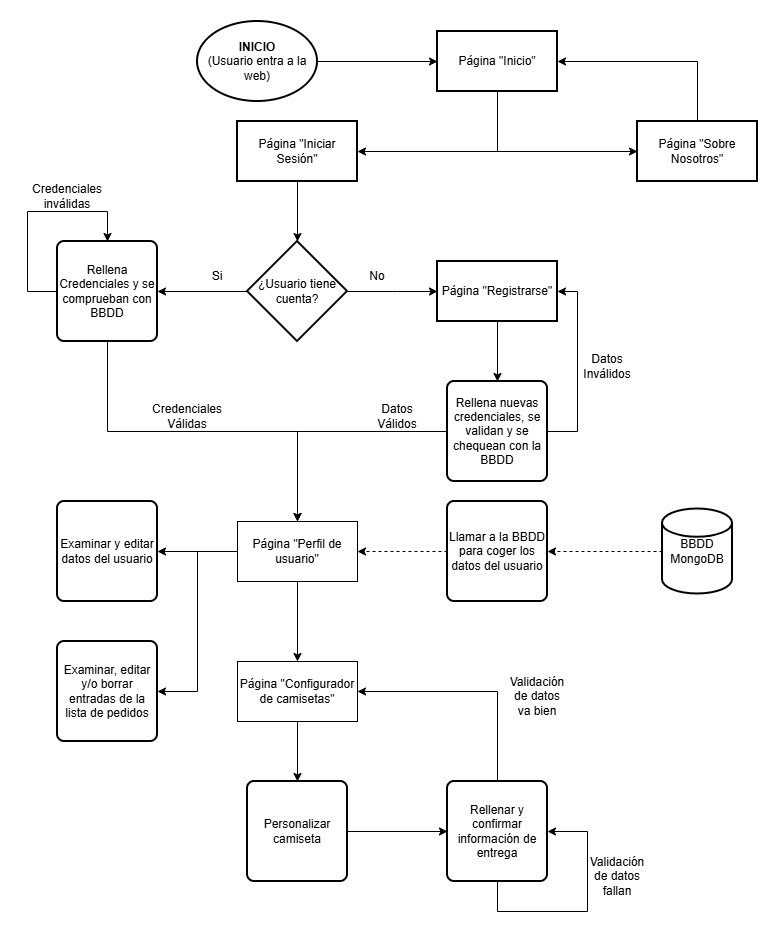
This is Docs a Entregar/docs_imgs/flujo.drawio.png from iru-borreda-bin/proyecto-daw-2025-2026, a draw.io export, as it was before one commit. Source tidied: cells renumbered, new cells last; positions are measured from the earlier drawing's top-left corner, leaving out a move shared by most shapes. Source of this version:
```xml
<mxGraphModel>
  <root>
    <mxCell id="0" />
    <mxCell id="1" parent="0" />
    <mxCell id="2" style="edgeStyle=orthogonalEdgeStyle;rounded=0;jettySize=auto;html=1;" parent="1" edge="1" source="3" target="6">
      <mxGeometry relative="1" as="geometry" />
    </mxCell>
    <mxCell id="3" value="&lt;b&gt;INICIO&lt;/b&gt;&lt;div&gt;(Usuario entra a la web)&lt;/div&gt;" style="strokeWidth=2;html=1;shape=mxgraph.flowchart.start_1;whiteSpace=wrap;" parent="1" vertex="1">
      <mxGeometry x="170" width="120" height="80" as="geometry" />
    </mxCell>
    <mxCell id="4" style="edgeStyle=orthogonalEdgeStyle;rounded=0;jettySize=auto;html=1;entryX=0;entryY=0.5;entryDx=0;entryDy=0;exitX=0.5;exitY=1;exitDx=0;exitDy=0;" parent="1" edge="1" source="6" target="8">
      <mxGeometry relative="1" as="geometry" />
    </mxCell>
    <mxCell id="5" style="edgeStyle=orthogonalEdgeStyle;rounded=0;jettySize=auto;html=1;entryX=1;entryY=0.5;entryDx=0;entryDy=0;exitX=0.5;exitY=1;exitDx=0;exitDy=0;" parent="1" edge="1" source="6" target="9">
      <mxGeometry relative="1" as="geometry" />
    </mxCell>
    <mxCell id="6" value="Página &quot;Inicio&quot;" style="whiteSpace=wrap;html=1;strokeWidth=2;" parent="1" vertex="1">
      <mxGeometry x="410" y="10" width="120" height="60" as="geometry" />
    </mxCell>
    <mxCell id="7" style="edgeStyle=orthogonalEdgeStyle;rounded=0;jettySize=auto;html=1;entryX=1;entryY=0.5;entryDx=0;entryDy=0;exitX=0.5;exitY=0;exitDx=0;exitDy=0;" parent="1" edge="1" source="8" target="6">
      <mxGeometry relative="1" as="geometry" />
    </mxCell>
    <mxCell id="8" value="Página &quot;Sobre Nosotros&quot;" style="whiteSpace=wrap;html=1;strokeWidth=2;" parent="1" vertex="1">
      <mxGeometry x="610" y="100" width="120" height="60" as="geometry" />
    </mxCell>
    <mxCell id="9" value="Página &quot;Iniciar Sesión&quot;" style="whiteSpace=wrap;html=1;strokeWidth=2;" parent="1" vertex="1">
      <mxGeometry x="210" y="100" width="120" height="60" as="geometry" />
    </mxCell>
    <mxCell id="10" style="edgeStyle=orthogonalEdgeStyle;rounded=0;jettySize=auto;html=1;entryX=0;entryY=0.5;entryDx=0;entryDy=0;" parent="1" edge="1" source="12" target="15">
      <mxGeometry relative="1" as="geometry">
        <Array as="points">
          <mxPoint x="370" y="270" />
        </Array>
      </mxGeometry>
    </mxCell>
    <mxCell id="11" style="edgeStyle=orthogonalEdgeStyle;rounded=0;jettySize=auto;html=1;entryX=1;entryY=0.5;entryDx=0;entryDy=0;" parent="1" edge="1" source="12" target="18">
      <mxGeometry relative="1" as="geometry" />
    </mxCell>
    <mxCell id="12" value="¿Usuario tiene cuenta?" style="strokeWidth=2;html=1;shape=mxgraph.flowchart.decision;whiteSpace=wrap;" parent="1" vertex="1">
      <mxGeometry x="220" y="220" width="100" height="100" as="geometry" />
    </mxCell>
    <mxCell id="13" style="edgeStyle=orthogonalEdgeStyle;rounded=0;jettySize=auto;html=1;entryX=0.5;entryY=0;entryDx=0;entryDy=0;entryPerimeter=0;" parent="1" edge="1" source="9" target="12">
      <mxGeometry relative="1" as="geometry" />
    </mxCell>
    <mxCell id="14" style="edgeStyle=orthogonalEdgeStyle;rounded=0;jettySize=auto;html=1;entryX=0.5;entryY=0;entryDx=0;entryDy=0;" parent="1" edge="1" source="15" target="22">
      <mxGeometry relative="1" as="geometry" />
    </mxCell>
    <mxCell id="15" value="Página &quot;Registrarse&quot;" style="whiteSpace=wrap;html=1;strokeWidth=2;" parent="1" vertex="1">
      <mxGeometry x="410" y="240" width="120" height="60" as="geometry" />
    </mxCell>
    <mxCell id="16" value="No" style="text;html=1;whiteSpace=wrap;strokeColor=none;fillColor=none;align=center;verticalAlign=middle;rounded=0;" parent="1" vertex="1">
      <mxGeometry x="320" y="240" width="60" height="30" as="geometry" />
    </mxCell>
    <mxCell id="17" style="edgeStyle=orthogonalEdgeStyle;rounded=0;jettySize=auto;html=1;entryX=0.5;entryY=0;entryDx=0;entryDy=0;" parent="1" edge="1" source="18" target="29">
      <mxGeometry relative="1" as="geometry">
        <Array as="points">
          <mxPoint x="80" y="410" />
          <mxPoint x="270" y="410" />
        </Array>
      </mxGeometry>
    </mxCell>
    <mxCell id="18" value="Rellena Credenciales y se comprueban con BBDD" style="rounded=1;whiteSpace=wrap;html=1;absoluteArcSize=1;arcSize=14;strokeWidth=2;" parent="1" vertex="1">
      <mxGeometry x="30" y="220" width="100" height="100" as="geometry" />
    </mxCell>
    <mxCell id="19" value="Si" style="text;html=1;whiteSpace=wrap;strokeColor=none;fillColor=none;align=center;verticalAlign=middle;rounded=0;" parent="1" vertex="1">
      <mxGeometry x="160" y="240" width="60" height="30" as="geometry" />
    </mxCell>
    <mxCell id="20" style="edgeStyle=orthogonalEdgeStyle;rounded=0;jettySize=auto;html=1;entryX=1;entryY=0.5;entryDx=0;entryDy=0;" parent="1" edge="1" source="22" target="15">
      <mxGeometry relative="1" as="geometry">
        <Array as="points">
          <mxPoint x="550" y="410" />
          <mxPoint x="550" y="270" />
        </Array>
      </mxGeometry>
    </mxCell>
    <mxCell id="21" style="edgeStyle=orthogonalEdgeStyle;rounded=0;jettySize=auto;html=1;entryX=0.5;entryY=0;entryDx=0;entryDy=0;" parent="1" edge="1" source="22" target="29">
      <mxGeometry relative="1" as="geometry" />
    </mxCell>
    <mxCell id="22" value="Rellena nuevas credenciales, se validan y se chequean con la BBDD" style="rounded=1;whiteSpace=wrap;html=1;absoluteArcSize=1;arcSize=14;strokeWidth=2;" parent="1" vertex="1">
      <mxGeometry x="420" y="360" width="100" height="100" as="geometry" />
    </mxCell>
    <mxCell id="23" value="Datos Inválidos" style="text;html=1;whiteSpace=wrap;strokeColor=none;fillColor=none;align=center;verticalAlign=middle;rounded=0;" parent="1" vertex="1">
      <mxGeometry x="550" y="330" width="60" height="30" as="geometry" />
    </mxCell>
    <mxCell id="24" style="endArrow=classic;html=1;rounded=0;exitX=0;exitY=0.5;exitDx=0;exitDy=0;entryX=0.5;entryY=0;entryDx=0;entryDy=0;edgeStyle=orthogonalEdgeStyle;" parent="1" edge="1" source="18" target="18">
      <mxGeometry relative="1" as="geometry">
        <Array as="points">
          <mxPoint y="270" />
          <mxPoint y="190" />
          <mxPoint x="80" y="190" />
        </Array>
      </mxGeometry>
    </mxCell>
    <mxCell id="25" value="Credenciales inválidas" style="text;html=1;whiteSpace=wrap;strokeColor=none;fillColor=none;align=center;verticalAlign=middle;rounded=0;" parent="1" vertex="1">
      <mxGeometry x="10" y="160" width="60" height="30" as="geometry" />
    </mxCell>
    <mxCell id="26" style="edgeStyle=orthogonalEdgeStyle;rounded=0;jettySize=auto;html=1;" parent="1" edge="1" source="29">
      <mxGeometry relative="1" as="geometry">
        <mxPoint x="130" y="530" as="targetPoint" />
      </mxGeometry>
    </mxCell>
    <mxCell id="27" style="edgeStyle=orthogonalEdgeStyle;rounded=0;jettySize=auto;html=1;entryX=1;entryY=0.5;entryDx=0;entryDy=0;" parent="1" edge="1" source="29" target="36">
      <mxGeometry relative="1" as="geometry" />
    </mxCell>
    <mxCell id="28" style="edgeStyle=orthogonalEdgeStyle;rounded=0;jettySize=auto;html=1;" parent="1" edge="1" source="29" target="39">
      <mxGeometry relative="1" as="geometry" />
    </mxCell>
    <mxCell id="29" value="Página &quot;Perfil de usuario&quot;" style="rounded=0;whiteSpace=wrap;html=1;" parent="1" vertex="1">
      <mxGeometry x="210" y="500" width="120" height="60" as="geometry" />
    </mxCell>
    <mxCell id="30" value="Datos Válidos" style="text;html=1;whiteSpace=wrap;strokeColor=none;fillColor=none;align=center;verticalAlign=middle;rounded=0;" parent="1" vertex="1">
      <mxGeometry x="340" y="380" width="60" height="30" as="geometry" />
    </mxCell>
    <mxCell id="31" value="Credenciales Válidas" style="text;html=1;whiteSpace=wrap;strokeColor=none;fillColor=none;align=center;verticalAlign=middle;rounded=0;" parent="1" vertex="1">
      <mxGeometry x="130" y="380" width="60" height="30" as="geometry" />
    </mxCell>
    <mxCell id="32" style="edgeStyle=orthogonalEdgeStyle;rounded=0;jettySize=auto;html=1;entryX=1;entryY=0.5;entryDx=0;entryDy=0;dashed=1;" parent="1" edge="1" source="33" target="35">
      <mxGeometry relative="1" as="geometry" />
    </mxCell>
    <mxCell id="33" value="BBDD MongoDB" style="strokeWidth=2;html=1;shape=mxgraph.flowchart.database;whiteSpace=wrap;" parent="1" vertex="1">
      <mxGeometry x="635" y="487.5" width="70" height="85" as="geometry" />
    </mxCell>
    <mxCell id="34" style="edgeStyle=orthogonalEdgeStyle;rounded=0;jettySize=auto;html=1;entryX=1;entryY=0.5;entryDx=0;entryDy=0;dashed=1;" parent="1" edge="1" source="35" target="29">
      <mxGeometry relative="1" as="geometry" />
    </mxCell>
    <mxCell id="35" value="Llamar a la BBDD para coger los datos del usuario" style="rounded=1;whiteSpace=wrap;html=1;absoluteArcSize=1;arcSize=14;strokeWidth=2;" parent="1" vertex="1">
      <mxGeometry x="420" y="480" width="100" height="100" as="geometry" />
    </mxCell>
    <mxCell id="36" value="Examinar, editar y/o borrar entradas de la lista de pedidos" style="rounded=1;whiteSpace=wrap;html=1;absoluteArcSize=1;arcSize=14;strokeWidth=2;" parent="1" vertex="1">
      <mxGeometry x="30" y="620" width="100" height="100" as="geometry" />
    </mxCell>
    <mxCell id="37" value="Examinar y editar datos del usuario" style="rounded=1;whiteSpace=wrap;html=1;absoluteArcSize=1;arcSize=14;strokeWidth=2;" parent="1" vertex="1">
      <mxGeometry x="30" y="480" width="100" height="100" as="geometry" />
    </mxCell>
    <mxCell id="38" style="edgeStyle=orthogonalEdgeStyle;rounded=0;jettySize=auto;html=1;" parent="1" edge="1" source="39" target="41">
      <mxGeometry relative="1" as="geometry" />
    </mxCell>
    <mxCell id="39" value="Página &quot;Configurador de camisetas&quot;" style="whiteSpace=wrap;html=1;rounded=0;" parent="1" vertex="1">
      <mxGeometry x="210" y="640" width="120" height="60" as="geometry" />
    </mxCell>
    <mxCell id="40" style="edgeStyle=orthogonalEdgeStyle;rounded=0;jettySize=auto;html=1;" parent="1" edge="1" source="41" target="44">
      <mxGeometry relative="1" as="geometry" />
    </mxCell>
    <mxCell id="41" value="Personalizar camiseta" style="rounded=1;whiteSpace=wrap;html=1;absoluteArcSize=1;arcSize=14;strokeWidth=2;" parent="1" vertex="1">
      <mxGeometry x="220" y="760" width="100" height="100" as="geometry" />
    </mxCell>
    <mxCell id="42" style="edgeStyle=orthogonalEdgeStyle;rounded=0;orthogonalLoop=1;jettySize=auto;html=1;entryX=1;entryY=0.5;entryDx=0;entryDy=0;" parent="1" edge="1" source="44" target="44">
      <mxGeometry relative="1" as="geometry">
        <Array as="points">
          <mxPoint x="470" y="890" />
          <mxPoint x="560" y="890" />
          <mxPoint x="560" y="810" />
        </Array>
      </mxGeometry>
    </mxCell>
    <mxCell id="43" style="edgeStyle=orthogonalEdgeStyle;rounded=0;jettySize=auto;html=1;entryX=1;entryY=0.5;entryDx=0;entryDy=0;" parent="1" edge="1" source="44" target="39">
      <mxGeometry relative="1" as="geometry">
        <Array as="points">
          <mxPoint x="470" y="670" />
        </Array>
      </mxGeometry>
    </mxCell>
    <mxCell id="44" value="Rellenar y confirmar información de entrega" style="rounded=1;whiteSpace=wrap;html=1;absoluteArcSize=1;arcSize=14;strokeWidth=2;" parent="1" vertex="1">
      <mxGeometry x="420" y="760" width="100" height="100" as="geometry" />
    </mxCell>
    <mxCell id="45" value="Validación de datos fallan" style="text;html=1;whiteSpace=wrap;strokeColor=none;fillColor=none;align=center;verticalAlign=middle;rounded=0;" parent="1" vertex="1">
      <mxGeometry x="560" y="840" width="60" height="30" as="geometry" />
    </mxCell>
    <mxCell id="46" value="Validación de datos va bien" style="text;html=1;whiteSpace=wrap;strokeColor=none;fillColor=none;align=center;verticalAlign=middle;rounded=0;" parent="1" vertex="1">
      <mxGeometry x="480" y="660" width="60" height="30" as="geometry" />
    </mxCell>
  </root>
</mxGraphModel>
```
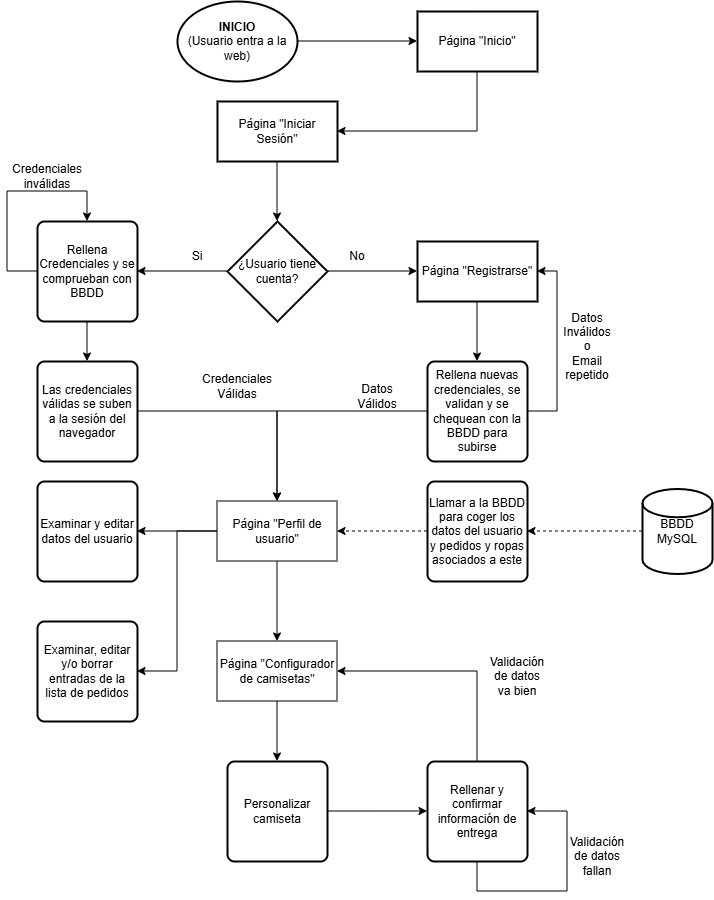
Later version of the same file.

What changed in the source:
```diff
@@ -8,21 +8,12 @@
     <mxCell id="3" value="&lt;b&gt;INICIO&lt;/b&gt;&lt;div&gt;(Usuario entra a la web)&lt;/div&gt;" style="strokeWidth=2;html=1;shape=mxgraph.flowchart.start_1;whiteSpace=wrap;" parent="1" vertex="1">
       <mxGeometry x="170" width="120" height="80" as="geometry" />
     </mxCell>
-    <mxCell id="4" style="edgeStyle=orthogonalEdgeStyle;rounded=0;jettySize=auto;html=1;entryX=0;entryY=0.5;entryDx=0;entryDy=0;exitX=0.5;exitY=1;exitDx=0;exitDy=0;" parent="1" edge="1" source="6" target="8">
-      <mxGeometry relative="1" as="geometry" />
-    </mxCell>
     <mxCell id="5" style="edgeStyle=orthogonalEdgeStyle;rounded=0;jettySize=auto;html=1;entryX=1;entryY=0.5;entryDx=0;entryDy=0;exitX=0.5;exitY=1;exitDx=0;exitDy=0;" parent="1" edge="1" source="6" target="9">
       <mxGeometry relative="1" as="geometry" />
     </mxCell>
     <mxCell id="6" value="Página &quot;Inicio&quot;" style="whiteSpace=wrap;html=1;strokeWidth=2;" parent="1" vertex="1">
       <mxGeometry x="410" y="10" width="120" height="60" as="geometry" />
     </mxCell>
-    <mxCell id="7" style="edgeStyle=orthogonalEdgeStyle;rounded=0;jettySize=auto;html=1;entryX=1;entryY=0.5;entryDx=0;entryDy=0;exitX=0.5;exitY=0;exitDx=0;exitDy=0;" parent="1" edge="1" source="8" target="6">
-      <mxGeometry relative="1" as="geometry" />
-    </mxCell>
-    <mxCell id="8" value="Página &quot;Sobre Nosotros&quot;" style="whiteSpace=wrap;html=1;strokeWidth=2;" parent="1" vertex="1">
-      <mxGeometry x="610" y="100" width="120" height="60" as="geometry" />
-    </mxCell>
     <mxCell id="9" value="Página &quot;Iniciar Sesión&quot;" style="whiteSpace=wrap;html=1;strokeWidth=2;" parent="1" vertex="1">
       <mxGeometry x="210" y="100" width="120" height="60" as="geometry" />
     </mxCell>
@@ -51,14 +42,9 @@
     <mxCell id="16" value="No" style="text;html=1;whiteSpace=wrap;strokeColor=none;fillColor=none;align=center;verticalAlign=middle;rounded=0;" parent="1" vertex="1">
       <mxGeometry x="320" y="240" width="60" height="30" as="geometry" />
     </mxCell>
-    <mxCell id="17" style="edgeStyle=orthogonalEdgeStyle;rounded=0;jettySize=auto;html=1;entryX=0.5;entryY=0;entryDx=0;entryDy=0;" parent="1" edge="1" source="18" target="29">
-      <mxGeometry relative="1" as="geometry">
-        <Array as="points">
-          <mxPoint x="80" y="410" />
-          <mxPoint x="270" y="410" />
-        </Array>
-      </mxGeometry>
-    </mxCell>
+    <mxCell id="47" style="edgeStyle=orthogonalEdgeStyle;rounded=0;jettySize=auto;html=1;" parent="1" edge="1" source="18" target="49">
+      <mxGeometry relative="1" as="geometry" />
+    </mxCell>
     <mxCell id="18" value="Rellena Credenciales y se comprueban con BBDD" style="rounded=1;whiteSpace=wrap;html=1;absoluteArcSize=1;arcSize=14;strokeWidth=2;" parent="1" vertex="1">
       <mxGeometry x="30" y="220" width="100" height="100" as="geometry" />
     </mxCell>
@@ -76,10 +62,10 @@
     <mxCell id="21" style="edgeStyle=orthogonalEdgeStyle;rounded=0;jettySize=auto;html=1;entryX=0.5;entryY=0;entryDx=0;entryDy=0;" parent="1" edge="1" source="22" target="29">
       <mxGeometry relative="1" as="geometry" />
     </mxCell>
-    <mxCell id="22" value="Rellena nuevas credenciales, se validan y se chequean con la BBDD" style="rounded=1;whiteSpace=wrap;html=1;absoluteArcSize=1;arcSize=14;strokeWidth=2;" parent="1" vertex="1">
+    <mxCell id="22" value="Rellena nuevas credenciales, se validan y se chequean con la BBDD para subirse" style="rounded=1;whiteSpace=wrap;html=1;absoluteArcSize=1;arcSize=14;strokeWidth=2;" parent="1" vertex="1">
       <mxGeometry x="420" y="360" width="100" height="100" as="geometry" />
     </mxCell>
-    <mxCell id="23" value="Datos Inválidos" style="text;html=1;whiteSpace=wrap;strokeColor=none;fillColor=none;align=center;verticalAlign=middle;rounded=0;" parent="1" vertex="1">
+    <mxCell id="23" value="Datos Inválidos&lt;div&gt;o&lt;/div&gt;&lt;div&gt;Email&lt;/div&gt;&lt;div&gt;repetido&lt;/div&gt;" style="text;html=1;whiteSpace=wrap;strokeColor=none;fillColor=none;align=center;verticalAlign=middle;rounded=0;" parent="1" vertex="1">
       <mxGeometry x="550" y="330" width="60" height="30" as="geometry" />
     </mxCell>
     <mxCell id="24" style="endArrow=classic;html=1;rounded=0;exitX=0;exitY=0.5;exitDx=0;exitDy=0;entryX=0.5;entryY=0;entryDx=0;entryDy=0;edgeStyle=orthogonalEdgeStyle;" parent="1" edge="1" source="18" target="18">
@@ -112,18 +98,18 @@
       <mxGeometry x="340" y="380" width="60" height="30" as="geometry" />
     </mxCell>
     <mxCell id="31" value="Credenciales Válidas" style="text;html=1;whiteSpace=wrap;strokeColor=none;fillColor=none;align=center;verticalAlign=middle;rounded=0;" parent="1" vertex="1">
-      <mxGeometry x="130" y="380" width="60" height="30" as="geometry" />
+      <mxGeometry x="200" y="370" width="60" height="30" as="geometry" />
     </mxCell>
     <mxCell id="32" style="edgeStyle=orthogonalEdgeStyle;rounded=0;jettySize=auto;html=1;entryX=1;entryY=0.5;entryDx=0;entryDy=0;dashed=1;" parent="1" edge="1" source="33" target="35">
       <mxGeometry relative="1" as="geometry" />
     </mxCell>
-    <mxCell id="33" value="BBDD MongoDB" style="strokeWidth=2;html=1;shape=mxgraph.flowchart.database;whiteSpace=wrap;" parent="1" vertex="1">
+    <mxCell id="33" value="BBDD MySQL" style="strokeWidth=2;html=1;shape=mxgraph.flowchart.database;whiteSpace=wrap;" parent="1" vertex="1">
       <mxGeometry x="635" y="487.5" width="70" height="85" as="geometry" />
     </mxCell>
     <mxCell id="34" style="edgeStyle=orthogonalEdgeStyle;rounded=0;jettySize=auto;html=1;entryX=1;entryY=0.5;entryDx=0;entryDy=0;dashed=1;" parent="1" edge="1" source="35" target="29">
       <mxGeometry relative="1" as="geometry" />
     </mxCell>
-    <mxCell id="35" value="Llamar a la BBDD para coger los datos del usuario" style="rounded=1;whiteSpace=wrap;html=1;absoluteArcSize=1;arcSize=14;strokeWidth=2;" parent="1" vertex="1">
+    <mxCell id="35" value="Llamar a la BBDD para coger los datos del usuario y pedidos y ropas asociados a este" style="rounded=1;whiteSpace=wrap;html=1;absoluteArcSize=1;arcSize=14;strokeWidth=2;" parent="1" vertex="1">
       <mxGeometry x="420" y="480" width="100" height="100" as="geometry" />
     </mxCell>
     <mxCell id="36" value="Examinar, editar y/o borrar entradas de la lista de pedidos" style="rounded=1;whiteSpace=wrap;html=1;absoluteArcSize=1;arcSize=14;strokeWidth=2;" parent="1" vertex="1">
@@ -169,5 +155,11 @@
     <mxCell id="46" value="Validación de datos va bien" style="text;html=1;whiteSpace=wrap;strokeColor=none;fillColor=none;align=center;verticalAlign=middle;rounded=0;" parent="1" vertex="1">
       <mxGeometry x="480" y="660" width="60" height="30" as="geometry" />
     </mxCell>
+    <mxCell id="48" style="edgeStyle=orthogonalEdgeStyle;rounded=0;jettySize=auto;html=1;entryX=0.5;entryY=0;entryDx=0;entryDy=0;" parent="1" edge="1" source="49" target="29">
+      <mxGeometry relative="1" as="geometry" />
+    </mxCell>
+    <mxCell id="49" value="Las credenciales válidas se suben a la sesión del navegador" style="rounded=1;whiteSpace=wrap;html=1;absoluteArcSize=1;arcSize=14;strokeWidth=2;" parent="1" vertex="1">
+      <mxGeometry x="30" y="360" width="100" height="100" as="geometry" />
+    </mxCell>
   </root>
 </mxGraphModel>
```
